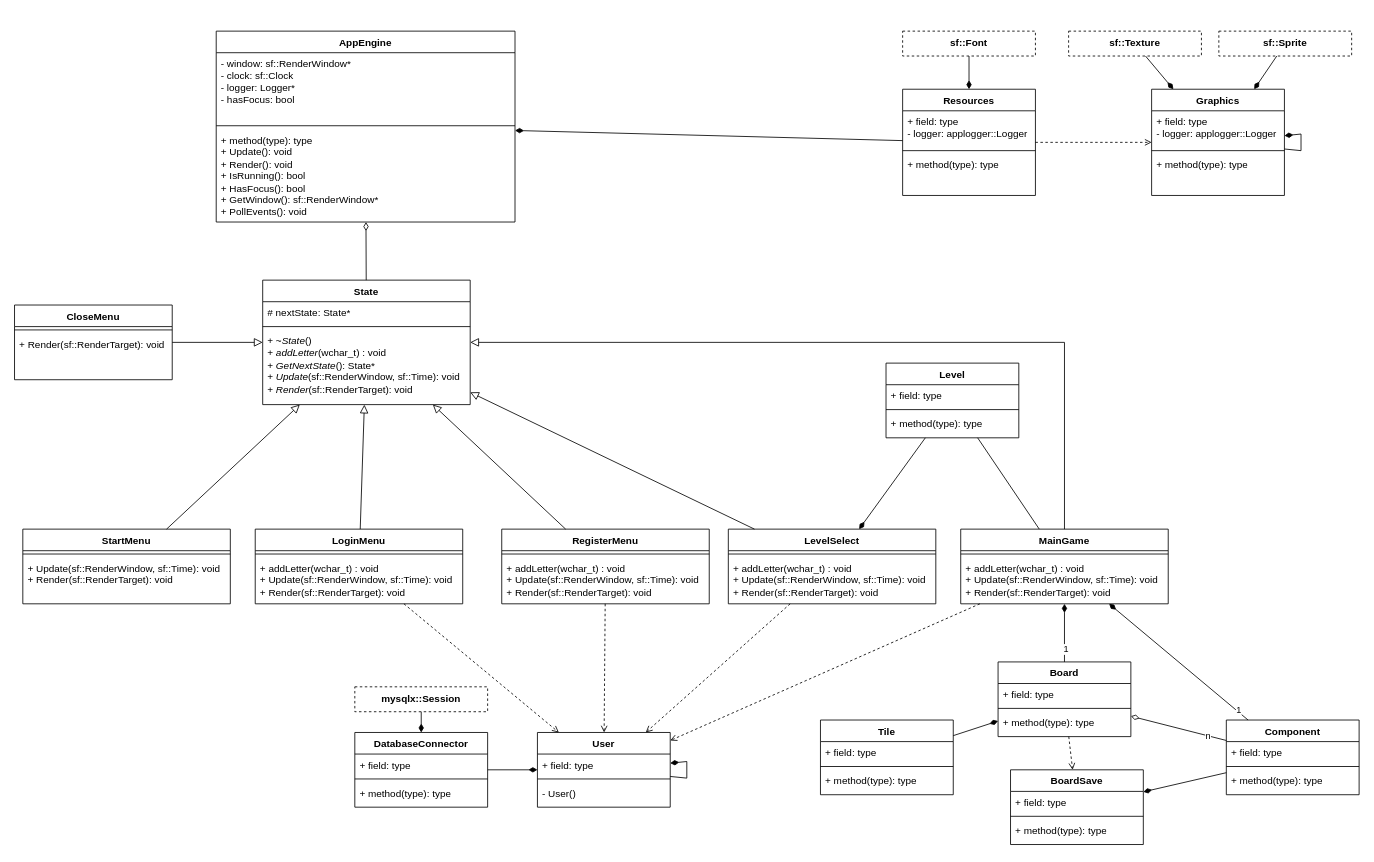
This is page "diagram_klas_appEngine" (11 of 23) of plan.drawio from bravePeer/BScThesis, a draw.io file, before an edit. Source tidied: cells renumbered, new cells numbered last; positions are measured from the earlier drawing's top-left corner, leaving out a move shared by most shapes. Both pictures are drawn from the tidied source at 83%, with x=0, y=0 at pixel (14, 31).
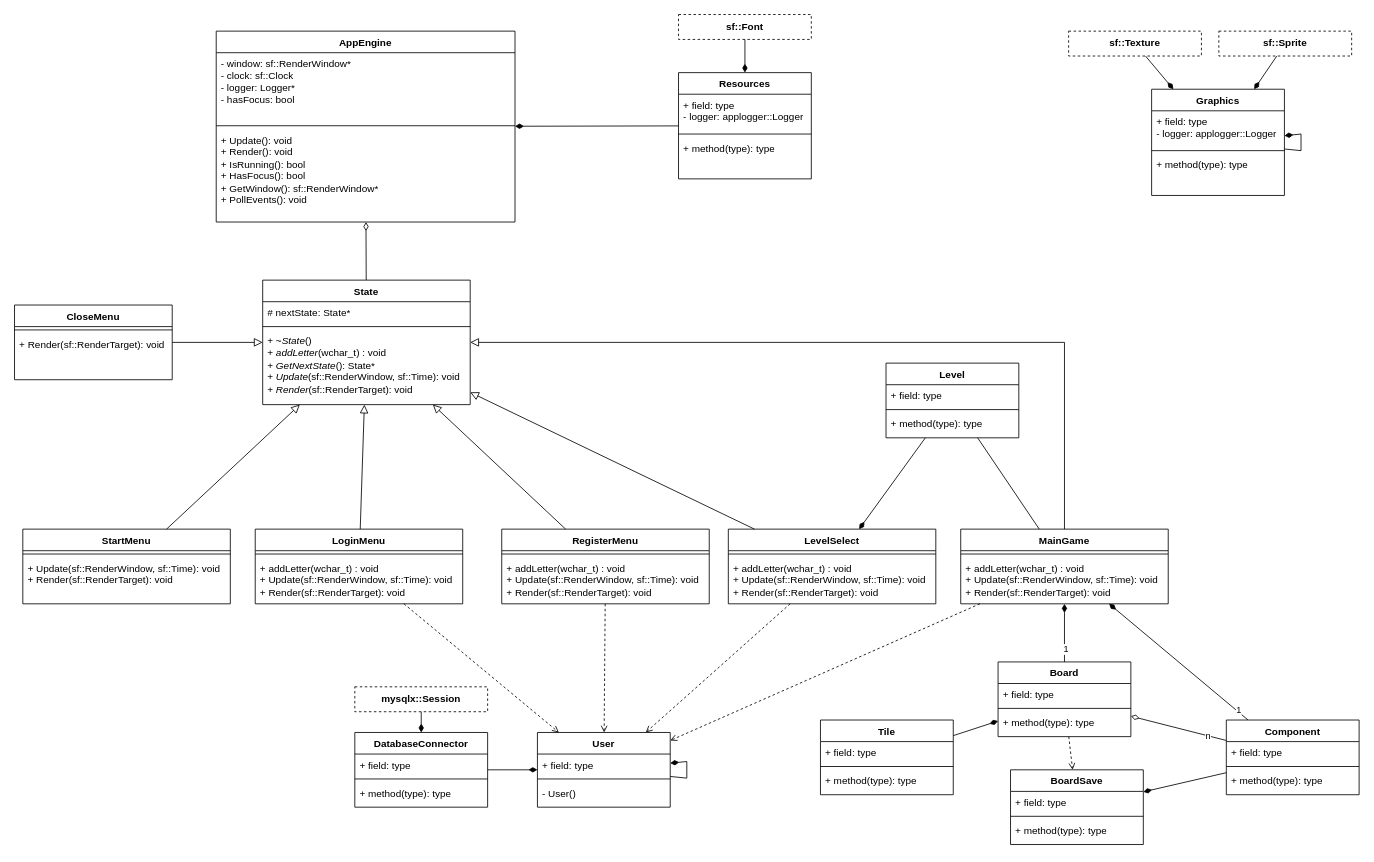
Above is the later version.

Unchanged cells that the change refers to:
```xml
<mxCell id="36" value="AppEngine" style="swimlane;fontStyle=1;align=center;verticalAlign=top;horizontal=1;startSize=26;whiteSpace=wrap;html=1;" parent="1" vertex="1">
  <mxGeometry x="243" width="360" height="230" as="geometry" />
</mxCell>
<mxCell id="46" value="Graphics" style="swimlane;fontStyle=1;align=center;verticalAlign=top;horizontal=1;startSize=26;whiteSpace=wrap;html=1;" parent="1" vertex="1">
  <mxGeometry x="1370" y="70" width="160" height="128" as="geometry" />
</mxCell>
```

Change to the diagram source:
```diff
@@
-    <mxCell id="39" value="+ method(type): type&lt;br&gt;+ Update(): void&lt;br&gt;+ Render(): void&amp;nbsp;&lt;br&gt;+ IsRunning(): bool&lt;br&gt;+ HasFocus(): bool&lt;br&gt;+ GetWindow(): sf::RenderWindow*&lt;br&gt;+ PollEvents(): void" style="text;strokeColor=none;fillColor=none;align=left;verticalAlign=top;spacingLeft=4;spacingRight=4;overflow=hidden;whiteSpace=wrap;html=1;" parent="36" vertex="1">
+    <mxCell id="39" value="+ Update(): void&lt;br&gt;+ Render(): void&amp;nbsp;&lt;br&gt;+ IsRunning(): bool&lt;br&gt;+ HasFocus(): bool&lt;br&gt;+ GetWindow(): sf::RenderWindow*&lt;br&gt;+ PollEvents(): void" style="text;strokeColor=none;fillColor=none;align=left;verticalAlign=top;spacingLeft=4;spacingRight=4;overflow=hidden;whiteSpace=wrap;html=1;" parent="36" vertex="1">
       <mxGeometry y="118" width="360" height="112" as="geometry" />
     </mxCell>
     <mxCell id="40" value="Resources" style="swimlane;fontStyle=1;align=center;verticalAlign=top;horizontal=1;startSize=26;whiteSpace=wrap;html=1;" parent="1" vertex="1">
-      <mxGeometry x="1070" y="70" width="160" height="128" as="geometry" />
+      <mxGeometry x="800" y="50" width="160" height="128" as="geometry" />
     </mxCell>
@@
     <mxCell id="51" value="&lt;b&gt;sf::Font&lt;/b&gt;" style="rounded=0;whiteSpace=wrap;html=1;dashed=1;" parent="1" vertex="1">
-      <mxGeometry x="1070" width="160" height="30" as="geometry" />
+      <mxGeometry x="800" y="-20" width="160" height="30" as="geometry" />
     </mxCell>
@@
-    <mxCell id="67" style="html=1;verticalAlign=bottom;labelBackgroundColor=none;endArrow=open;endFill=0;dashed=1;rounded=0;" parent="1" edge="1" source="40" target="46">
-      <mxGeometry relative="1" as="geometry" />
-    </mxCell>
```
